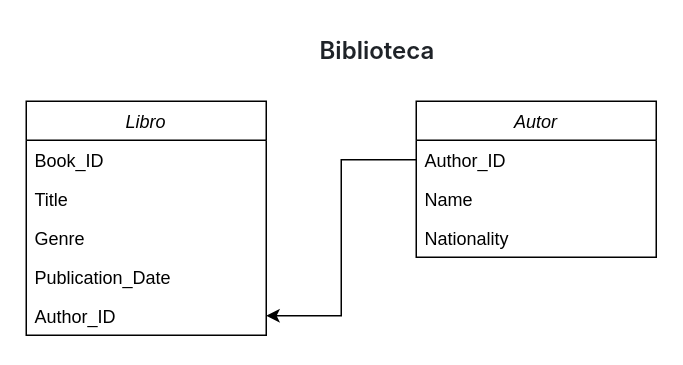
This is Diagrama sin título.drawio from luiscarlos370/modulo03-kambcode-Final, a draw.io file, before an edit. Source tidied: cells renumbered, new cells numbered last; positions are measured from the earlier drawing's top-left corner, leaving out a move shared by most shapes. Both pictures are drawn from the tidied source at 150%, with x=0, y=0 at pixel (26, 26).
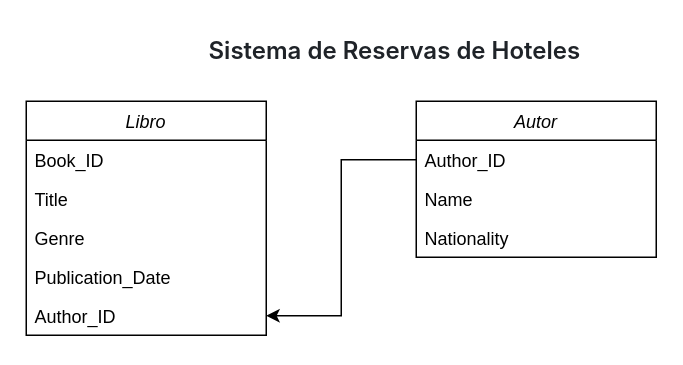
The same diagram, later.

Change to the diagram source:
```diff
@@
 <mxGraphModel>
   <root>
     <mxCell id="0" />
     <mxCell id="1" parent="0" />
     <mxCell id="2" value="Libro" style="swimlane;fontStyle=2;align=center;verticalAlign=top;horizontal=1;startSize=26;rounded=0;shadow=0;strokeWidth=1;" parent="1" vertex="1">
       <mxGeometry y="50" width="160" height="156" as="geometry" />
     </mxCell>
     <mxCell id="3" value="Book_ID" style="text;align=left;verticalAlign=top;spacingLeft=4;spacingRight=4;overflow=hidden;" parent="2" vertex="1">
       <mxGeometry y="26" width="160" height="26" as="geometry" />
     </mxCell>
     <mxCell id="4" value="Title" style="text;align=left;verticalAlign=top;spacingLeft=4;spacingRight=4;overflow=hidden;rounded=0;shadow=0;html=0;" parent="2" vertex="1">
       <mxGeometry y="52" width="160" height="26" as="geometry" />
     </mxCell>
     <mxCell id="5" value="Genre" style="text;align=left;verticalAlign=top;spacingLeft=4;spacingRight=4;overflow=hidden;rounded=0;shadow=0;html=0;" parent="2" vertex="1">
       <mxGeometry y="78" width="160" height="26" as="geometry" />
     </mxCell>
     <mxCell id="6" value="Publication_Date" style="text;align=left;verticalAlign=top;spacingLeft=4;spacingRight=4;overflow=hidden;rounded=0;shadow=0;html=0;" parent="2" vertex="1">
       <mxGeometry y="104" width="160" height="26" as="geometry" />
     </mxCell>
     <mxCell id="7" value="Author_ID" style="text;align=left;verticalAlign=top;spacingLeft=4;spacingRight=4;overflow=hidden;points=[[0,0.5],[1,0.5]];portConstraint=eastwest;rounded=0;shadow=0;html=0;" parent="2" vertex="1">
       <mxGeometry y="130" width="160" height="26" as="geometry" />
     </mxCell>
-    <mxCell id="8" value="&lt;span style=&quot;box-sizing: border-box; font-weight: var(--base-text-weight-semibold, 600); color: rgb(31, 35, 40); font-family: -apple-system, BlinkMacSystemFont, &amp;quot;Segoe UI&amp;quot;, &amp;quot;Noto Sans&amp;quot;, Helvetica, Arial, sans-serif, &amp;quot;Apple Color Emoji&amp;quot;, &amp;quot;Segoe UI Emoji&amp;quot;; font-size: 16px; background-color: rgb(255, 255, 255);&quot;&gt;&lt;font style=&quot;box-sizing: border-box; vertical-align: inherit;&quot;&gt;&amp;nbsp;Biblioteca&lt;/font&gt;&lt;/span&gt;" style="text;whiteSpace=wrap;html=1;" parent="1" vertex="1">
-      <mxGeometry x="190" width="130" height="40" as="geometry" />
+    <mxCell id="8" value="&lt;span style=&quot;box-sizing: border-box; font-weight: var(--base-text-weight-semibold, 600); color: rgb(31, 35, 40); font-family: -apple-system, BlinkMacSystemFont, &amp;quot;Segoe UI&amp;quot;, &amp;quot;Noto Sans&amp;quot;, Helvetica, Arial, sans-serif, &amp;quot;Apple Color Emoji&amp;quot;, &amp;quot;Segoe UI Emoji&amp;quot;; font-size: 16px; background-color: rgb(255, 255, 255);&quot;&gt;&lt;font style=&quot;box-sizing: border-box; vertical-align: inherit;&quot;&gt;Sistema de Reservas de Hoteles&lt;/font&gt;&lt;/span&gt;" style="text;whiteSpace=wrap;html=1;" parent="1" vertex="1">
+      <mxGeometry x="120" width="250" height="40" as="geometry" />
     </mxCell>
     <mxCell id="9" value="Autor" style="swimlane;fontStyle=2;align=center;verticalAlign=top;horizontal=1;startSize=26;rounded=0;shadow=0;strokeWidth=1;" parent="1" vertex="1">
       <mxGeometry x="260" y="50" width="160" height="104" as="geometry" />
     </mxCell>
     <mxCell id="10" value="Author_ID" style="text;align=left;verticalAlign=top;spacingLeft=4;spacingRight=4;overflow=hidden;points=[[0,0.5],[1,0.5]];portConstraint=eastwest;" parent="9" vertex="1">
       <mxGeometry y="26" width="160" height="26" as="geometry" />
     </mxCell>
     <mxCell id="11" value="Name" style="text;align=left;verticalAlign=top;spacingLeft=4;spacingRight=4;overflow=hidden;rounded=0;shadow=0;html=0;" parent="9" vertex="1">
       <mxGeometry y="52" width="160" height="26" as="geometry" />
     </mxCell>
     <mxCell id="12" value="Nationality" style="text;align=left;verticalAlign=top;spacingLeft=4;spacingRight=4;overflow=hidden;rounded=0;shadow=0;html=0;" parent="9" vertex="1">
       <mxGeometry y="78" width="160" height="26" as="geometry" />
     </mxCell>
     <mxCell id="13" style="edgeStyle=orthogonalEdgeStyle;rounded=0;jettySize=auto;html=1;entryX=1;entryY=0.5;entryDx=0;entryDy=0;" parent="1" edge="1" source="10" target="7">
       <mxGeometry relative="1" as="geometry" />
     </mxCell>
   </root>
 </mxGraphModel>
```
